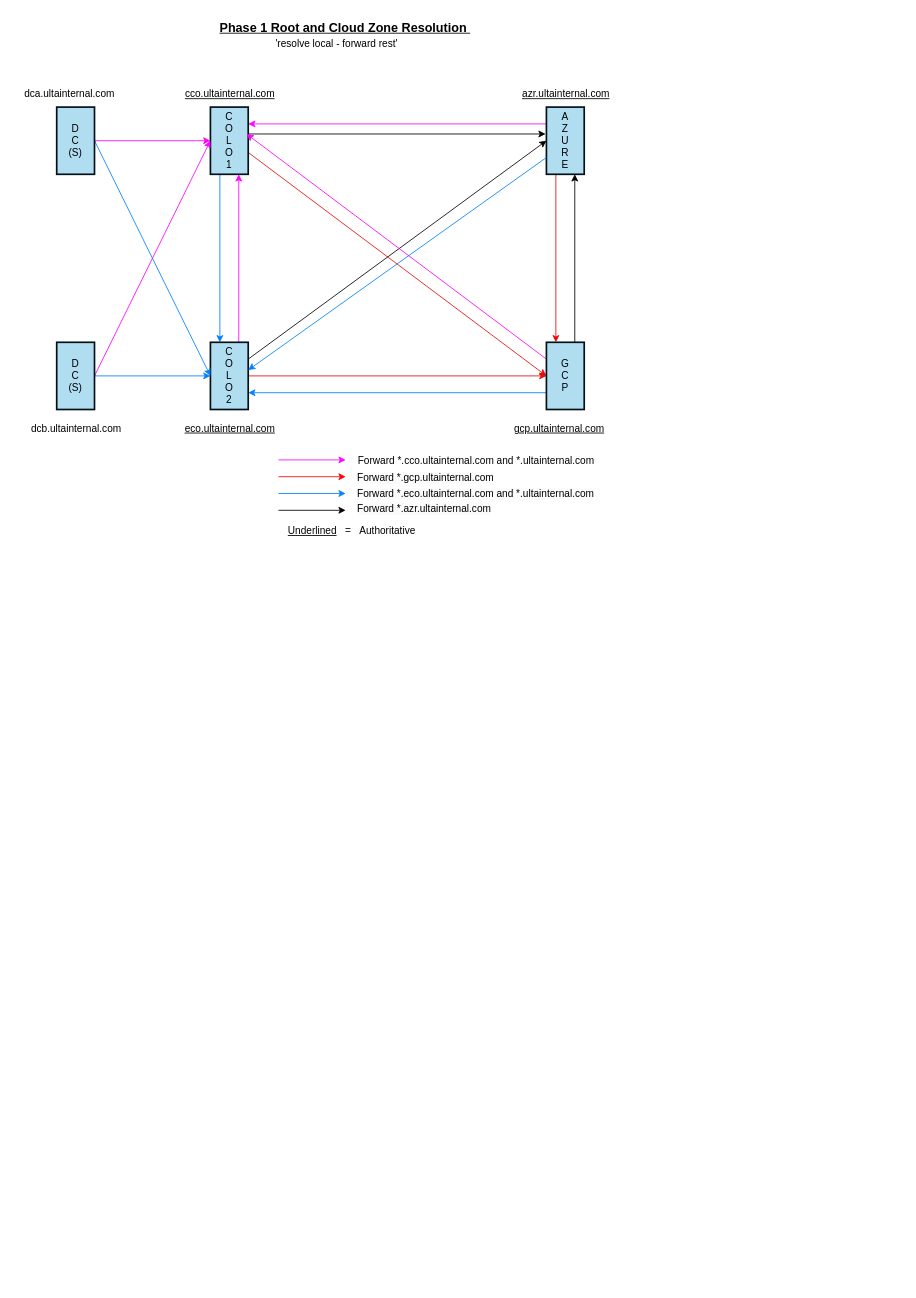
bpayt2/temp keeps this draw.io diagram as page "DNS - Level 1" (12 of 13) of disaster-recovery.drawio. Above is the earlier version. Source tidied: cells renumbered, new cells numbered last; positions are measured from the earlier drawing's top-left corner, leaving out a move shared by most shapes. Both pictures are drawn from the tidied source at 84%, with x=0, y=0 at pixel (14, 14).
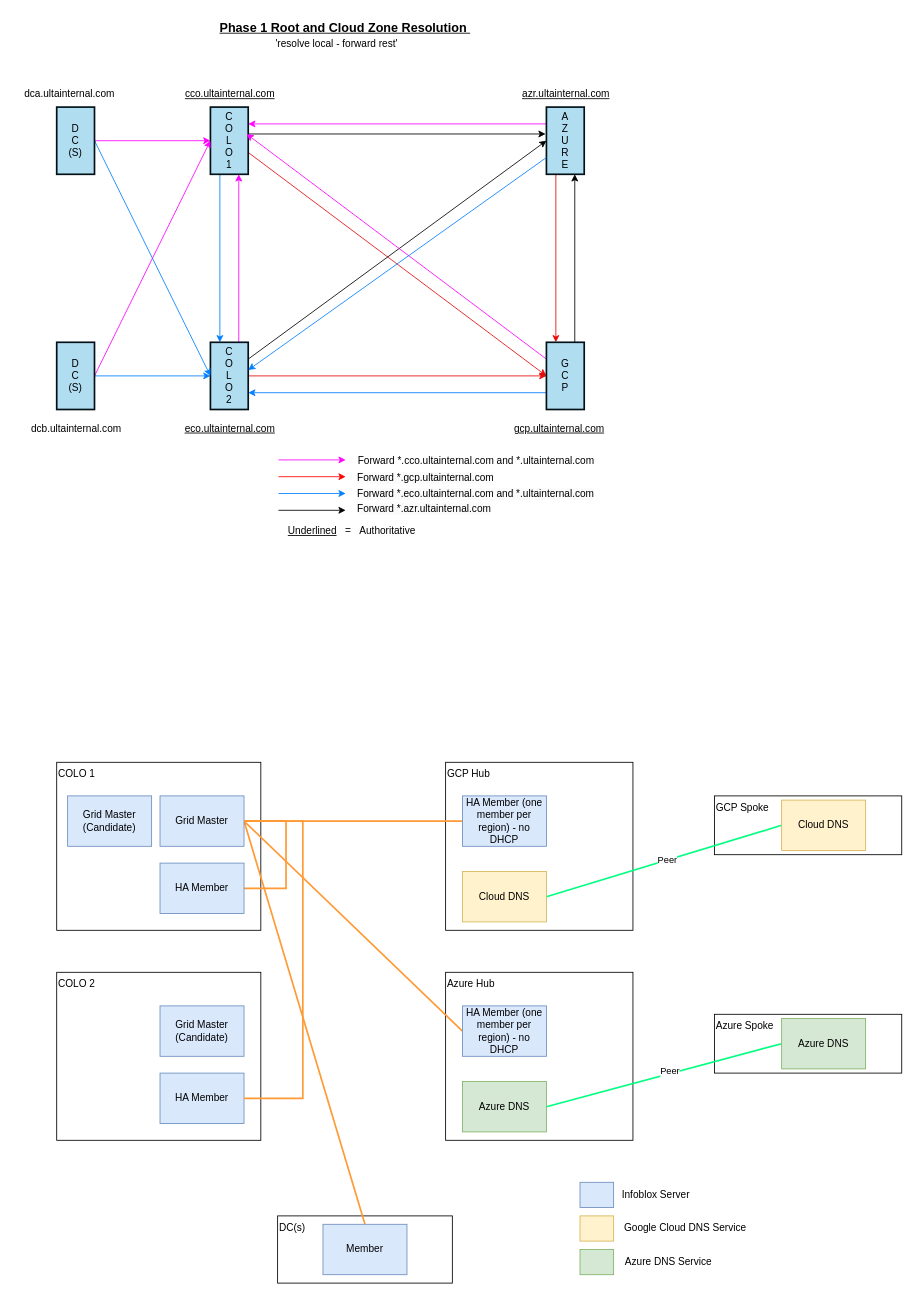
The same page after the edit.

The edit, as a diff of the source:
```diff
@@
+    <mxCell id="43" value="COLO 1" style="rounded=0;whiteSpace=wrap;html=1;verticalAlign=top;align=left;" parent="1" vertex="1">
+      <mxGeometry x="50" y="890" width="243" height="200" as="geometry" />
+    </mxCell>
+    <mxCell id="44" value="GCP Hub" style="rounded=0;whiteSpace=wrap;html=1;verticalAlign=top;align=left;" parent="1" vertex="1">
+      <mxGeometry x="513" y="890" width="223" height="200" as="geometry" />
+    </mxCell>
+    <mxCell id="45" value="Azure Hub" style="rounded=0;whiteSpace=wrap;html=1;verticalAlign=top;align=left;" parent="1" vertex="1">
+      <mxGeometry x="513" y="1140" width="223" height="200" as="geometry" />
+    </mxCell>
+    <mxCell id="46" value="GCP Spoke" style="rounded=0;whiteSpace=wrap;html=1;verticalAlign=top;align=left;" parent="1" vertex="1">
+      <mxGeometry x="833" y="930" width="223" height="70" as="geometry" />
+    </mxCell>
+    <mxCell id="47" value="Azure Spoke" style="rounded=0;whiteSpace=wrap;html=1;verticalAlign=top;align=left;" parent="1" vertex="1">
+      <mxGeometry x="833" y="1190" width="223" height="70" as="geometry" />
+    </mxCell>
+    <mxCell id="48" value="DC(s)" style="rounded=0;whiteSpace=wrap;html=1;align=left;verticalAlign=top;" parent="1" vertex="1">
+      <mxGeometry x="313" y="1430" width="208" height="80" as="geometry" />
+    </mxCell>
+    <mxCell id="49" value="Grid Master&lt;br&gt;(Candidate)" style="rounded=0;whiteSpace=wrap;html=1;fillColor=#dae8fc;strokeColor=#6c8ebf;" parent="1" vertex="1">
+      <mxGeometry x="63" y="930" width="100" height="60" as="geometry" />
+    </mxCell>
+    <mxCell id="50" style="rounded=0;jettySize=auto;html=1;exitX=1;exitY=0.5;exitDx=0;exitDy=0;entryX=0.5;entryY=0;entryDx=0;entryDy=0;endArrow=none;endFill=0;strokeColor=#FF9933;strokeWidth=2;" parent="1" edge="1" source="54" target="69">
+      <mxGeometry relative="1" as="geometry" />
+    </mxCell>
+    <mxCell id="51" style="rounded=0;jettySize=auto;html=1;exitX=1;exitY=0.5;exitDx=0;exitDy=0;entryX=0;entryY=0.5;entryDx=0;entryDy=0;endArrow=none;endFill=0;strokeColor=#FF9933;strokeWidth=2;" parent="1" edge="1" source="54" target="59">
+      <mxGeometry relative="1" as="geometry" />
+    </mxCell>
+    <mxCell id="52" style="rounded=0;jettySize=auto;html=1;exitX=1;exitY=0.5;exitDx=0;exitDy=0;entryX=0;entryY=0.5;entryDx=0;entryDy=0;endArrow=none;endFill=0;strokeColor=#FF9933;strokeWidth=2;" parent="1" edge="1" source="54" target="60">
+      <mxGeometry relative="1" as="geometry" />
+    </mxCell>
+    <mxCell id="53" style="edgeStyle=orthogonalEdgeStyle;rounded=0;jettySize=auto;html=1;exitX=1;exitY=0.5;exitDx=0;exitDy=0;entryX=1;entryY=0.5;entryDx=0;entryDy=0;endArrow=none;endFill=0;strokeColor=#FF9933;strokeWidth=2;" parent="1" edge="1" source="54" target="55">
+      <mxGeometry relative="1" as="geometry">
+        <Array as="points">
+          <mxPoint x="323" y="960" />
+          <mxPoint x="323" y="1040" />
+        </Array>
+      </mxGeometry>
+    </mxCell>
+    <mxCell id="54" value="Grid Master" style="rounded=0;whiteSpace=wrap;html=1;fillColor=#dae8fc;strokeColor=#6c8ebf;" parent="1" vertex="1">
+      <mxGeometry x="173" y="930" width="100" height="60" as="geometry" />
+    </mxCell>
+    <mxCell id="55" value="HA Member" style="rounded=0;whiteSpace=wrap;html=1;fillColor=#dae8fc;strokeColor=#6c8ebf;" parent="1" vertex="1">
+      <mxGeometry x="173" y="1010" width="100" height="60" as="geometry" />
+    </mxCell>
+    <mxCell id="56" value="COLO 2" style="rounded=0;whiteSpace=wrap;html=1;verticalAlign=top;align=left;" parent="1" vertex="1">
+      <mxGeometry x="50" y="1140" width="243" height="200" as="geometry" />
+    </mxCell>
+    <mxCell id="57" value="Grid Master&lt;br&gt;(Candidate)" style="rounded=0;whiteSpace=wrap;html=1;fillColor=#dae8fc;strokeColor=#6c8ebf;" parent="1" vertex="1">
+      <mxGeometry x="173" y="1180" width="100" height="60" as="geometry" />
+    </mxCell>
+    <mxCell id="58" value="HA Member" style="rounded=0;whiteSpace=wrap;html=1;fillColor=#dae8fc;strokeColor=#6c8ebf;" parent="1" vertex="1">
+      <mxGeometry x="173" y="1260" width="100" height="60" as="geometry" />
+    </mxCell>
+    <mxCell id="59" value="HA Member (one member per region) - no DHCP" style="rounded=0;whiteSpace=wrap;html=1;fillColor=#dae8fc;strokeColor=#6c8ebf;" parent="1" vertex="1">
+      <mxGeometry x="533" y="930" width="100" height="60" as="geometry" />
+    </mxCell>
+    <mxCell id="60" value="HA Member (one member per region) - no DHCP" style="rounded=0;whiteSpace=wrap;html=1;fillColor=#dae8fc;strokeColor=#6c8ebf;" parent="1" vertex="1">
+      <mxGeometry x="533" y="1180" width="100" height="60" as="geometry" />
+    </mxCell>
+    <mxCell id="61" style="rounded=0;jettySize=auto;html=1;exitX=1;exitY=0.5;exitDx=0;exitDy=0;entryX=0;entryY=0.5;entryDx=0;entryDy=0;endArrow=none;endFill=0;strokeWidth=2;strokeColor=#00FF80;" parent="1" edge="1" source="63" target="68">
+      <mxGeometry relative="1" as="geometry" />
+    </mxCell>
+    <mxCell id="62" value="Peer" style="edgeLabel;html=1;align=center;verticalAlign=middle;fontStyle=0;" parent="61" vertex="1">
+      <mxGeometry x="0.05" y="3" relative="1" as="geometry" />
+    </mxCell>
+    <mxCell id="63" value="Azure DNS" style="rounded=0;whiteSpace=wrap;html=1;fillColor=#d5e8d4;strokeColor=#82b366;" parent="1" vertex="1">
+      <mxGeometry x="533" y="1270" width="100" height="60" as="geometry" />
+    </mxCell>
+    <mxCell id="64" style="rounded=0;jettySize=auto;html=1;exitX=1;exitY=0.5;exitDx=0;exitDy=0;entryX=0;entryY=0.5;entryDx=0;entryDy=0;endArrow=none;endFill=0;strokeWidth=2;strokeColor=#00FF80;" parent="1" edge="1" source="66" target="67">
+      <mxGeometry relative="1" as="geometry" />
+    </mxCell>
+    <mxCell id="65" value="Peer" style="edgeLabel;html=1;align=center;verticalAlign=middle;fontStyle=0;" parent="64" vertex="1">
+      <mxGeometry x="0.03" y="2" relative="1" as="geometry">
+        <mxPoint y="1" as="offset" />
+      </mxGeometry>
+    </mxCell>
+    <mxCell id="66" value="Cloud DNS" style="rounded=0;whiteSpace=wrap;html=1;fillColor=#fff2cc;strokeColor=#d6b656;" parent="1" vertex="1">
+      <mxGeometry x="533" y="1020" width="100" height="60" as="geometry" />
+    </mxCell>
+    <mxCell id="67" value="Cloud DNS" style="rounded=0;whiteSpace=wrap;html=1;fillColor=#fff2cc;strokeColor=#d6b656;" parent="1" vertex="1">
+      <mxGeometry x="913" y="935" width="100" height="60" as="geometry" />
+    </mxCell>
+    <mxCell id="68" value="Azure DNS" style="rounded=0;whiteSpace=wrap;html=1;fillColor=#d5e8d4;strokeColor=#82b366;" parent="1" vertex="1">
+      <mxGeometry x="913" y="1195" width="100" height="60" as="geometry" />
+    </mxCell>
+    <mxCell id="69" value="Member" style="rounded=0;whiteSpace=wrap;html=1;fillColor=#dae8fc;strokeColor=#6c8ebf;" parent="1" vertex="1">
+      <mxGeometry x="367" y="1440" width="100" height="60" as="geometry" />
+    </mxCell>
+    <mxCell id="70" style="edgeStyle=orthogonalEdgeStyle;rounded=0;jettySize=auto;html=1;exitX=1;exitY=0.5;exitDx=0;exitDy=0;entryX=1;entryY=0.5;entryDx=0;entryDy=0;endArrow=none;endFill=0;strokeColor=#FF9933;strokeWidth=2;" parent="1" edge="1" source="54" target="58">
+      <mxGeometry relative="1" as="geometry">
+        <Array as="points">
+          <mxPoint x="343" y="960" />
+          <mxPoint x="343" y="1290" />
+        </Array>
+      </mxGeometry>
+    </mxCell>
+    <mxCell id="71" style="rounded=0;whiteSpace=wrap;html=1;fillColor=#d5e8d4;strokeColor=#82b366;" parent="1" vertex="1">
+      <mxGeometry x="673" y="1470" width="40" height="30" as="geometry" />
+    </mxCell>
+    <mxCell id="72" style="rounded=0;whiteSpace=wrap;html=1;fillColor=#fff2cc;strokeColor=#d6b656;" parent="1" vertex="1">
+      <mxGeometry x="673" y="1430" width="40" height="30" as="geometry" />
+    </mxCell>
+    <mxCell id="73" style="rounded=0;whiteSpace=wrap;html=1;fillColor=#dae8fc;strokeColor=#6c8ebf;" parent="1" vertex="1">
+      <mxGeometry x="673" y="1390" width="40" height="30" as="geometry" />
+    </mxCell>
+    <mxCell id="74" value="Infoblox Server" style="text;html=1;align=center;verticalAlign=middle;strokeColor=none;fillColor=none;" parent="1" vertex="1">
+      <mxGeometry x="713" y="1390" width="100" height="30" as="geometry" />
+    </mxCell>
+    <mxCell id="75" value="Google Cloud DNS Service" style="text;html=1;align=center;verticalAlign=middle;strokeColor=none;fillColor=none;" parent="1" vertex="1">
+      <mxGeometry x="713" y="1430" width="170" height="30" as="geometry" />
+    </mxCell>
+    <mxCell id="76" value="Azure DNS Service" style="text;html=1;align=center;verticalAlign=middle;strokeColor=none;fillColor=none;" parent="1" vertex="1">
+      <mxGeometry x="713" y="1470" width="130" height="30" as="geometry" />
+    </mxCell>
```
